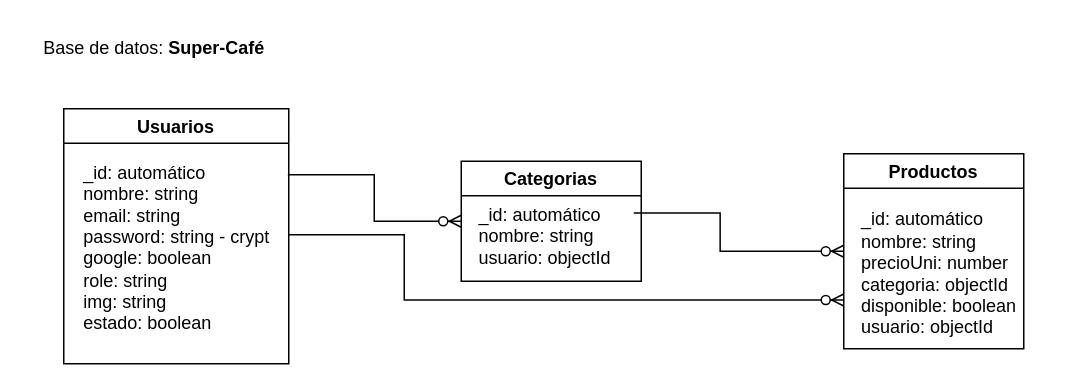
Before: DB-super-cafe.drawio in AntoniDev/draw, a draw.io diagram. Source tidied: cells renumbered, new cells numbered last; positions are measured from the earlier drawing's top-left corner, leaving out a move shared by most shapes. Both pictures are drawn from the tidied source at 150%, with x=0, y=0 at pixel (26, 26).
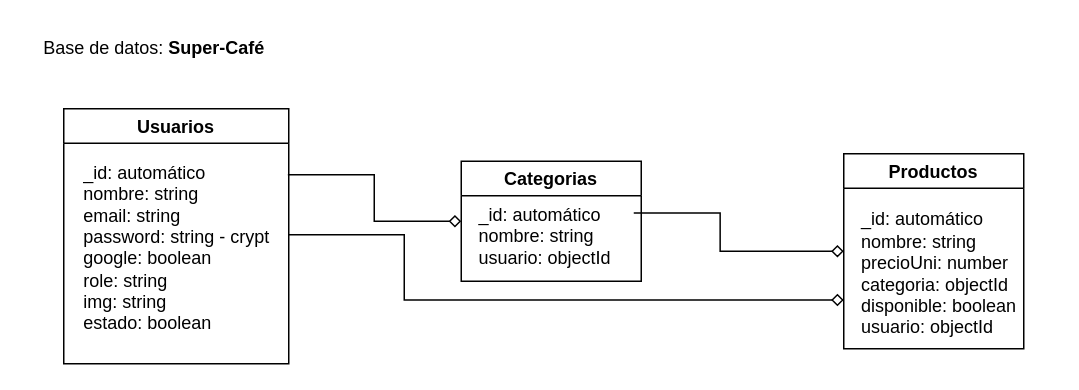
Above is the later version.

The edit, as a diff of the source:
```diff
@@
 <mxGraphModel>
   <root>
     <mxCell id="0" />
     <mxCell id="1" parent="0" />
     <mxCell id="2" value="Usuarios" style="swimlane;" parent="1" vertex="1">
       <mxGeometry x="25" y="55" width="150" height="170" as="geometry" />
     </mxCell>
     <mxCell id="3" value="&lt;div style=&quot;text-align: left;&quot;&gt;&lt;span style=&quot;background-color: initial;&quot;&gt;&lt;font style=&quot;font-size: 12px;&quot;&gt;_id: automático&lt;/font&gt;&lt;/span&gt;&lt;/div&gt;&lt;div style=&quot;text-align: left;&quot;&gt;&lt;span style=&quot;background-color: initial;&quot;&gt;&lt;font style=&quot;font-size: 12px;&quot;&gt;nombre: string&lt;/font&gt;&lt;/span&gt;&lt;/div&gt;&lt;div style=&quot;text-align: left;&quot;&gt;&lt;span style=&quot;background-color: initial;&quot;&gt;&lt;font style=&quot;font-size: 12px;&quot;&gt;email: string&lt;/font&gt;&lt;/span&gt;&lt;/div&gt;&lt;div style=&quot;text-align: left;&quot;&gt;&lt;span style=&quot;background-color: initial;&quot;&gt;&lt;font style=&quot;font-size: 12px;&quot;&gt;password: string - crypt&lt;/font&gt;&lt;/span&gt;&lt;/div&gt;&lt;div style=&quot;text-align: left;&quot;&gt;&lt;span style=&quot;background-color: initial;&quot;&gt;&lt;font style=&quot;font-size: 12px;&quot;&gt;google: boolean&lt;/font&gt;&lt;/span&gt;&lt;/div&gt;&lt;div style=&quot;text-align: left;&quot;&gt;&lt;span style=&quot;background-color: initial;&quot;&gt;&lt;font style=&quot;font-size: 12px;&quot;&gt;role: string&lt;/font&gt;&lt;/span&gt;&lt;/div&gt;&lt;div style=&quot;text-align: left;&quot;&gt;&lt;span style=&quot;background-color: initial;&quot;&gt;&lt;font style=&quot;font-size: 12px;&quot;&gt;img: string&lt;/font&gt;&lt;/span&gt;&lt;/div&gt;&lt;div style=&quot;text-align: left;&quot;&gt;&lt;span style=&quot;background-color: initial;&quot;&gt;&lt;font style=&quot;font-size: 12px;&quot;&gt;estado: boolean&lt;/font&gt;&lt;/span&gt;&lt;/div&gt;&lt;div style=&quot;text-align: left;&quot;&gt;&lt;br&gt;&lt;/div&gt;" style="text;html=1;align=center;verticalAlign=middle;points=[];strokeColor=none;fillColor=none;" parent="2" vertex="1">
       <mxGeometry y="30" width="150" height="140" as="geometry" />
     </mxCell>
     <mxCell id="4" value="Categorias" style="swimlane;" parent="1" vertex="1">
       <mxGeometry x="290" y="90" width="120" height="80" as="geometry" />
     </mxCell>
     <mxCell id="5" value="_id: automático&lt;br&gt;nombre: string&lt;br&gt;usuario: objectId" style="text;html=1;align=left;verticalAlign=middle;strokeColor=none;fillColor=none;fontSize=12;" parent="4" vertex="1">
       <mxGeometry x="10" y="20" width="110" height="60" as="geometry" />
     </mxCell>
     <mxCell id="6" value="Productos" style="swimlane;" parent="1" vertex="1">
       <mxGeometry x="545" y="85" width="120" height="130" as="geometry" />
     </mxCell>
     <mxCell id="7" value="_id: automático&lt;br&gt;nombre: string&lt;br&gt;precioUni: number&lt;br&gt;categoria: objectId&lt;br&gt;disponible: boolean&lt;br&gt;usuario: objectId" style="text;html=1;align=left;verticalAlign=middle;strokeColor=none;fillColor=none;fontSize=12;" parent="6" vertex="1">
       <mxGeometry x="10" y="30" width="130" height="100" as="geometry" />
     </mxCell>
-    <mxCell id="8" style="fontSize=12;html=1;endArrow=ERzeroToMany;endFill=1;rounded=0;exitX=0.996;exitY=0.1;exitDx=0;exitDy=0;exitPerimeter=0;entryX=0;entryY=0.5;entryDx=0;entryDy=0;edgeStyle=elbowEdgeStyle;" parent="1" edge="1" source="3" target="4">
+    <mxCell id="8" style="fontSize=12;html=1;endArrow=diamond;endFill=0;rounded=0;exitX=0.996;exitY=0.1;exitDx=0;exitDy=0;exitPerimeter=0;entryX=0;entryY=0.5;entryDx=0;entryDy=0;edgeStyle=elbowEdgeStyle;strokeColor=default;" parent="1" edge="1" source="3" target="4">
       <mxGeometry relative="1" as="geometry">
         <Array as="points">
           <mxPoint x="232" y="135" />
         </Array>
       </mxGeometry>
     </mxCell>
-    <mxCell id="9" style="fontSize=12;html=1;endArrow=ERzeroToMany;endFill=1;rounded=0;exitX=0.996;exitY=0.1;exitDx=0;exitDy=0;exitPerimeter=0;edgeStyle=elbowEdgeStyle;entryX=0;entryY=0.5;entryDx=0;entryDy=0;" parent="1" edge="1" target="6">
+    <mxCell id="9" style="fontSize=12;html=1;endArrow=diamond;endFill=0;rounded=0;exitX=0.996;exitY=0.1;exitDx=0;exitDy=0;exitPerimeter=0;edgeStyle=elbowEdgeStyle;entryX=0;entryY=0.5;entryDx=0;entryDy=0;" parent="1" edge="1" target="6">
       <mxGeometry relative="1" as="geometry">
         <mxPoint x="405" y="124.5" as="sourcePoint" />
         <Array as="points">
           <mxPoint x="462.6" y="160.5" />
         </Array>
       </mxGeometry>
     </mxCell>
-    <mxCell id="10" style="fontSize=12;html=1;endArrow=ERzeroToMany;endFill=1;rounded=0;exitX=1;exitY=0.386;exitDx=0;exitDy=0;exitPerimeter=0;entryX=0;entryY=0.75;entryDx=0;entryDy=0;edgeStyle=elbowEdgeStyle;" parent="1" edge="1" source="3" target="6">
+    <mxCell id="10" style="fontSize=12;html=1;endArrow=diamond;endFill=0;rounded=0;exitX=1;exitY=0.386;exitDx=0;exitDy=0;exitPerimeter=0;entryX=0;entryY=0.75;entryDx=0;entryDy=0;edgeStyle=elbowEdgeStyle;" parent="1" edge="1" source="3" target="6">
       <mxGeometry relative="1" as="geometry">
         <Array as="points">
           <mxPoint x="252" y="155" />
         </Array>
       </mxGeometry>
     </mxCell>
     <mxCell id="11" value="Base de datos: &lt;b&gt;Super-Café&lt;/b&gt;" style="text;html=1;align=center;verticalAlign=middle;strokeColor=none;fillColor=none;fontSize=12;" parent="1" vertex="1">
       <mxGeometry width="170" height="30" as="geometry" />
     </mxCell>
   </root>
 </mxGraphModel>
```
